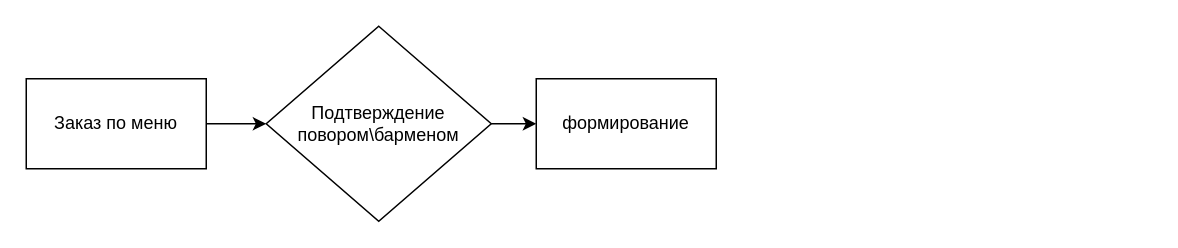
Earlier version of the draw.io diagram Untitled Diagram.drawio (NikiN2/penny). Source tidied: cells renumbered, new cells numbered last; positions are measured from the earlier drawing's top-left corner, leaving out a move shared by most shapes. Both pictures are drawn from the tidied source at 150%, with x=0, y=0 at pixel (26, 26).
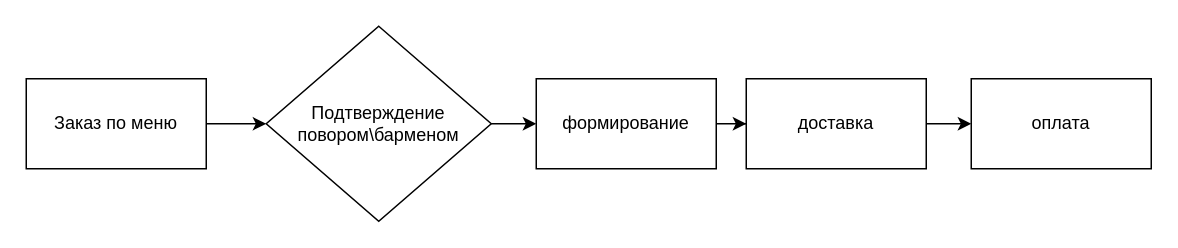
The same page after the edit.

Diff of the diagram source:
```diff
@@
 <mxGraphModel>
   <root>
     <mxCell id="0" />
     <mxCell id="1" parent="0" />
     <mxCell id="2" style="edgeStyle=orthogonalEdgeStyle;rounded=0;jettySize=auto;html=1;" parent="1" edge="1" source="3" target="5">
       <mxGeometry relative="1" as="geometry" />
     </mxCell>
     <mxCell id="3" value="Заказ по меню" style="rounded=0;whiteSpace=wrap;html=1;" parent="1" vertex="1">
       <mxGeometry y="35" width="120" height="60" as="geometry" />
     </mxCell>
     <mxCell id="4" style="edgeStyle=orthogonalEdgeStyle;rounded=0;jettySize=auto;html=1;" parent="1" edge="1" source="5" target="6">
       <mxGeometry relative="1" as="geometry" />
     </mxCell>
     <mxCell id="5" value="Подтверждение&lt;br&gt;повором\барменом" style="rhombus;whiteSpace=wrap;html=1;rounded=0;" parent="1" vertex="1">
       <mxGeometry x="160" width="150" height="130" as="geometry" />
     </mxCell>
+    <mxCell id="7" style="edgeStyle=orthogonalEdgeStyle;rounded=0;jettySize=auto;html=1;" parent="1" edge="1" source="6" target="9">
+      <mxGeometry relative="1" as="geometry" />
+    </mxCell>
     <mxCell id="6" value="формирование" style="whiteSpace=wrap;html=1;rounded=0;" parent="1" vertex="1">
       <mxGeometry x="340" y="35" width="120" height="60" as="geometry" />
     </mxCell>
+    <mxCell id="8" style="edgeStyle=orthogonalEdgeStyle;rounded=0;jettySize=auto;html=1;" parent="1" edge="1" source="9" target="10">
+      <mxGeometry relative="1" as="geometry" />
+    </mxCell>
+    <mxCell id="9" value="доставка" style="whiteSpace=wrap;html=1;rounded=0;" parent="1" vertex="1">
+      <mxGeometry x="480" y="35" width="120" height="60" as="geometry" />
+    </mxCell>
+    <mxCell id="10" value="оплата" style="whiteSpace=wrap;html=1;rounded=0;" parent="1" vertex="1">
+      <mxGeometry x="630" y="35" width="120" height="60" as="geometry" />
+    </mxCell>
   </root>
 </mxGraphModel>
```
